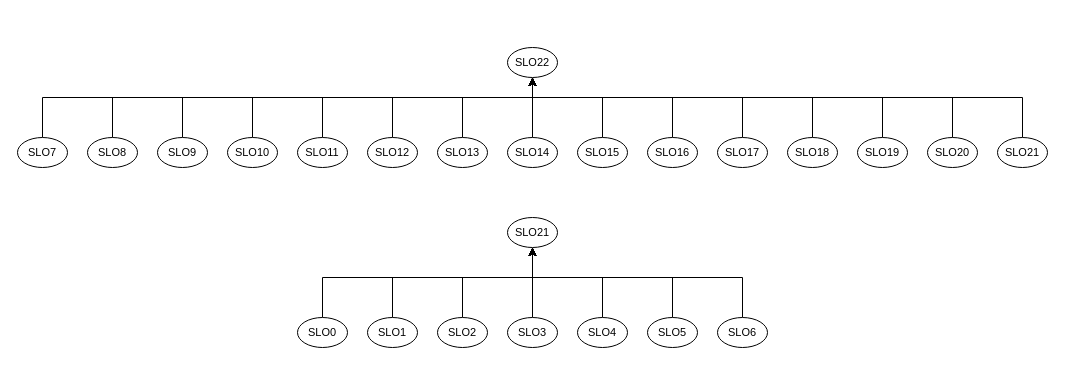
Earlier version of the draw.io diagram Documentazione generale/Change Request Reengineering/Grafici Impact Analysis/Grafo di connettivita.drawio (AntonioTrovato/Evoluzione-cASpER). Source tidied: cells renumbered, new cells numbered last; positions are measured from the earlier drawing's top-left corner, leaving out a move shared by most shapes. Both pictures are drawn from the tidied source at 100%, with x=0, y=0 at pixel (17, 47).
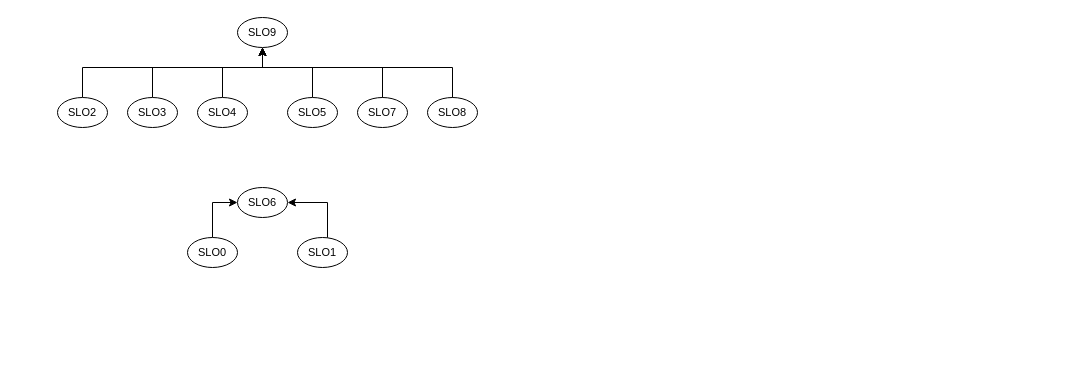
Above is the later version.

Diff of the diagram source:
```diff
@@
-    <mxCell id="2" style="rounded=0;jettySize=auto;html=1;entryX=0.5;entryY=1;entryDx=0;entryDy=0;fontSize=11;" parent="1" edge="1" source="3" target="16">
-      <mxGeometry relative="1" as="geometry">
-        <Array as="points">
-          <mxPoint x="305" y="230" />
-          <mxPoint x="515" y="230" />
-        </Array>
-      </mxGeometry>
+    <mxCell id="2" style="edgeStyle=orthogonalEdgeStyle;rounded=0;jettySize=auto;html=1;entryX=0;entryY=0.5;entryDx=0;entryDy=0;" parent="1" edge="1" source="3" target="16">
+      <mxGeometry relative="1" as="geometry" />
     </mxCell>
     <mxCell id="3" value="SLO0" style="ellipse;whiteSpace=wrap;html=1;fontSize=11;" parent="1" vertex="1">
-      <mxGeometry x="280" y="270" width="50" height="30" as="geometry" />
+      <mxGeometry x="170" y="190" width="50" height="30" as="geometry" />
     </mxCell>
-    <mxCell id="4" style="edgeStyle=none;rounded=0;jettySize=auto;html=1;entryX=0.5;entryY=1;entryDx=0;entryDy=0;fontSize=11;" parent="1" edge="1" source="5" target="16">
-      <mxGeometry relative="1" as="geometry">
-        <Array as="points">
-          <mxPoint x="445" y="230" />
-          <mxPoint x="515" y="230" />
-        </Array>
-      </mxGeometry>
-    </mxCell>
-    <mxCell id="5" value="SLO2" style="ellipse;whiteSpace=wrap;html=1;fontSize=11;" parent="1" vertex="1">
-      <mxGeometry x="420" y="270" width="50" height="30" as="geometry" />
-    </mxCell>
-    <mxCell id="6" style="edgeStyle=none;rounded=0;jettySize=auto;html=1;exitX=0.5;exitY=0;exitDx=0;exitDy=0;entryX=0.5;entryY=1;entryDx=0;entryDy=0;fontSize=11;" parent="1" edge="1" source="7" target="16">
-      <mxGeometry relative="1" as="geometry" />
-    </mxCell>
-    <mxCell id="7" value="SLO3" style="ellipse;whiteSpace=wrap;html=1;fontSize=11;" parent="1" vertex="1">
-      <mxGeometry x="490" y="270" width="50" height="30" as="geometry" />
-    </mxCell>
-    <mxCell id="8" style="edgeStyle=none;rounded=0;jettySize=auto;html=1;entryX=0.5;entryY=1;entryDx=0;entryDy=0;fontSize=11;" parent="1" edge="1" source="9" target="16">
+    <mxCell id="8" style="edgeStyle=orthogonalEdgeStyle;rounded=0;jettySize=auto;html=1;entryX=1;entryY=0.5;entryDx=0;entryDy=0;" parent="1" edge="1" source="9" target="16">
       <mxGeometry relative="1" as="geometry">
         <Array as="points">
-          <mxPoint x="375" y="230" />
-          <mxPoint x="515" y="230" />
+          <mxPoint x="310" y="155" />
         </Array>
       </mxGeometry>
     </mxCell>
     <mxCell id="9" value="SLO1" style="ellipse;whiteSpace=wrap;html=1;fontSize=11;" parent="1" vertex="1">
-      <mxGeometry x="350" y="270" width="50" height="30" as="geometry" />
+      <mxGeometry x="280" y="190" width="50" height="30" as="geometry" />
     </mxCell>
-    <mxCell id="10" style="edgeStyle=none;rounded=0;jettySize=auto;html=1;exitX=0.5;exitY=0;exitDx=0;exitDy=0;entryX=0.5;entryY=1;entryDx=0;entryDy=0;fontSize=11;" parent="1" edge="1" source="11" target="16">
-      <mxGeometry relative="1" as="geometry">
-        <Array as="points">
-          <mxPoint x="585" y="230" />
-          <mxPoint x="515" y="230" />
-        </Array>
-      </mxGeometry>
-    </mxCell>
-    <mxCell id="11" value="SLO4" style="ellipse;whiteSpace=wrap;html=1;fontSize=11;" parent="1" vertex="1">
-      <mxGeometry x="560" y="270" width="50" height="30" as="geometry" />
-    </mxCell>
-    <mxCell id="12" style="edgeStyle=none;rounded=0;jettySize=auto;html=1;exitX=0.5;exitY=0;exitDx=0;exitDy=0;entryX=0.5;entryY=1;entryDx=0;entryDy=0;fontSize=11;" parent="1" edge="1" source="13" target="16">
-      <mxGeometry relative="1" as="geometry">
-        <Array as="points">
-          <mxPoint x="655" y="230" />
-          <mxPoint x="515" y="230" />
-        </Array>
-      </mxGeometry>
-    </mxCell>
-    <mxCell id="13" value="SLO5" style="ellipse;whiteSpace=wrap;html=1;fontSize=11;" parent="1" vertex="1">
-      <mxGeometry x="630" y="270" width="50" height="30" as="geometry" />
-    </mxCell>
-    <mxCell id="14" style="edgeStyle=none;rounded=0;jettySize=auto;html=1;entryX=0.5;entryY=1;entryDx=0;entryDy=0;fontSize=11;" parent="1" edge="1" source="15" target="16">
-      <mxGeometry relative="1" as="geometry">
-        <Array as="points">
-          <mxPoint x="725" y="230" />
-          <mxPoint x="515" y="230" />
-        </Array>
-      </mxGeometry>
-    </mxCell>
-    <mxCell id="15" value="SLO6" style="ellipse;whiteSpace=wrap;html=1;fontSize=11;" parent="1" vertex="1">
-      <mxGeometry x="700" y="270" width="50" height="30" as="geometry" />
-    </mxCell>
-    <mxCell id="16" value="SLO21" style="ellipse;whiteSpace=wrap;html=1;fontSize=11;" parent="1" vertex="1">
-      <mxGeometry x="490" y="170" width="50" height="30" as="geometry" />
+    <mxCell id="16" value="SLO6" style="ellipse;whiteSpace=wrap;html=1;fontSize=11;" parent="1" vertex="1">
+      <mxGeometry x="220" y="140" width="50" height="30" as="geometry" />
     </mxCell>
-    <mxCell id="17" style="rounded=0;jettySize=auto;html=1;entryX=0.5;entryY=1;entryDx=0;entryDy=0;fontSize=11;" parent="1" edge="1" source="18" target="31">
+    <mxCell id="17" style="edgeStyle=orthogonalEdgeStyle;rounded=0;jettySize=auto;html=1;entryX=0.5;entryY=1;entryDx=0;entryDy=0;" parent="1" edge="1" source="18" target="31">
       <mxGeometry relative="1" as="geometry">
         <Array as="points">
-          <mxPoint x="25" y="50" />
-          <mxPoint x="515" y="50" />
+          <mxPoint x="65" y="20" />
+          <mxPoint x="245" y="20" />
         </Array>
       </mxGeometry>
     </mxCell>
-    <mxCell id="18" value="SLO7" style="ellipse;whiteSpace=wrap;html=1;fontSize=11;" parent="1" vertex="1">
-      <mxGeometry y="90" width="50" height="30" as="geometry" />
+    <mxCell id="18" value="SLO2" style="ellipse;whiteSpace=wrap;html=1;fontSize=11;" parent="1" vertex="1">
+      <mxGeometry x="40" y="50" width="50" height="30" as="geometry" />
     </mxCell>
-    <mxCell id="19" style="edgeStyle=none;rounded=0;jettySize=auto;html=1;entryX=0.5;entryY=1;entryDx=0;entryDy=0;fontSize=11;" parent="1" edge="1" source="20" target="31">
+    <mxCell id="19" style="edgeStyle=orthogonalEdgeStyle;rounded=0;jettySize=auto;html=1;entryX=0.5;entryY=1;entryDx=0;entryDy=0;" parent="1" edge="1" source="20" target="31">
       <mxGeometry relative="1" as="geometry">
         <Array as="points">
-          <mxPoint x="165" y="50" />
-          <mxPoint x="515" y="50" />
+          <mxPoint x="205" y="20" />
+          <mxPoint x="245" y="20" />
         </Array>
       </mxGeometry>
     </mxCell>
-    <mxCell id="20" value="SLO9" style="ellipse;whiteSpace=wrap;html=1;fontSize=11;" parent="1" vertex="1">
-      <mxGeometry x="140" y="90" width="50" height="30" as="geometry" />
+    <mxCell id="20" value="SLO4" style="ellipse;whiteSpace=wrap;html=1;fontSize=11;" parent="1" vertex="1">
+      <mxGeometry x="180" y="50" width="50" height="30" as="geometry" />
     </mxCell>
-    <mxCell id="21" style="edgeStyle=none;rounded=0;jettySize=auto;html=1;exitX=0.5;exitY=0;exitDx=0;exitDy=0;entryX=0.5;entryY=1;entryDx=0;entryDy=0;fontSize=11;" parent="1" edge="1" source="22" target="31">
+    <mxCell id="21" style="edgeStyle=orthogonalEdgeStyle;rounded=0;jettySize=auto;html=1;entryX=0.5;entryY=1;entryDx=0;entryDy=0;" parent="1" edge="1" source="22" target="31">
       <mxGeometry relative="1" as="geometry">
         <Array as="points">
-          <mxPoint x="235" y="50" />
-          <mxPoint x="515" y="50" />
+          <mxPoint x="295" y="20" />
+          <mxPoint x="245" y="20" />
         </Array>
       </mxGeometry>
     </mxCell>
-    <mxCell id="22" value="SLO10" style="ellipse;whiteSpace=wrap;html=1;fontSize=11;" parent="1" vertex="1">
-      <mxGeometry x="210" y="90" width="50" height="30" as="geometry" />
+    <mxCell id="22" value="SLO5" style="ellipse;whiteSpace=wrap;html=1;fontSize=11;" parent="1" vertex="1">
+      <mxGeometry x="270" y="50" width="50" height="30" as="geometry" />
     </mxCell>
-    <mxCell id="23" style="edgeStyle=none;rounded=0;jettySize=auto;html=1;entryX=0.5;entryY=1;entryDx=0;entryDy=0;fontSize=11;" parent="1" edge="1" source="24" target="31">
+    <mxCell id="23" style="edgeStyle=orthogonalEdgeStyle;rounded=0;jettySize=auto;html=1;" parent="1" edge="1" source="24" target="31">
       <mxGeometry relative="1" as="geometry">
         <Array as="points">
-          <mxPoint x="95" y="50" />
-          <mxPoint x="515" y="50" />
+          <mxPoint x="135" y="20" />
+          <mxPoint x="245" y="20" />
         </Array>
       </mxGeometry>
     </mxCell>
-    <mxCell id="24" value="SLO8" style="ellipse;whiteSpace=wrap;html=1;fontSize=11;" parent="1" vertex="1">
-      <mxGeometry x="70" y="90" width="50" height="30" as="geometry" />
+    <mxCell id="24" value="SLO3" style="ellipse;whiteSpace=wrap;html=1;fontSize=11;" parent="1" vertex="1">
+      <mxGeometry x="110" y="50" width="50" height="30" as="geometry" />
     </mxCell>
-    <mxCell id="25" style="edgeStyle=none;rounded=0;jettySize=auto;html=1;exitX=0.5;exitY=0;exitDx=0;exitDy=0;entryX=0.5;entryY=1;entryDx=0;entryDy=0;fontSize=11;" parent="1" edge="1" source="26" target="31">
-      <mxGeometry relative="1" as="geometry">
-        <Array as="points">
-          <mxPoint x="305" y="50" />
-          <mxPoint x="515" y="50" />
-        </Array>
-      </mxGeometry>
-    </mxCell>
-    <mxCell id="26" value="SLO11" style="ellipse;whiteSpace=wrap;html=1;fontSize=11;" parent="1" vertex="1">
-      <mxGeometry x="280" y="90" width="50" height="30" as="geometry" />
+    <mxCell id="26" value="SLO7" style="ellipse;whiteSpace=wrap;html=1;fontSize=11;" parent="1" vertex="1">
+      <mxGeometry x="340" y="50" width="50" height="30" as="geometry" />
     </mxCell>
-    <mxCell id="27" style="edgeStyle=none;rounded=0;jettySize=auto;html=1;exitX=0.5;exitY=0;exitDx=0;exitDy=0;entryX=0.5;entryY=1;entryDx=0;entryDy=0;fontSize=11;" parent="1" edge="1" source="28" target="31">
-      <mxGeometry relative="1" as="geometry">
-        <Array as="points">
-          <mxPoint x="375" y="50" />
-          <mxPoint x="515" y="50" />
-        </Array>
-      </mxGeometry>
-    </mxCell>
-    <mxCell id="28" value="SLO12" style="ellipse;whiteSpace=wrap;html=1;fontSize=11;" parent="1" vertex="1">
-      <mxGeometry x="350" y="90" width="50" height="30" as="geometry" />
+    <mxCell id="28" value="SLO8" style="ellipse;whiteSpace=wrap;html=1;fontSize=11;" parent="1" vertex="1">
+      <mxGeometry x="410" y="50" width="50" height="30" as="geometry" />
     </mxCell>
-    <mxCell id="29" style="edgeStyle=none;rounded=0;jettySize=auto;html=1;entryX=0.5;entryY=1;entryDx=0;entryDy=0;fontSize=11;" parent="1" edge="1" source="30" target="31">
-      <mxGeometry relative="1" as="geometry">
-        <Array as="points">
-          <mxPoint x="445" y="50" />
-          <mxPoint x="515" y="50" />
-        </Array>
-      </mxGeometry>
-    </mxCell>
-    <mxCell id="30" value="SLO13" style="ellipse;whiteSpace=wrap;html=1;fontSize=11;" parent="1" vertex="1">
-      <mxGeometry x="420" y="90" width="50" height="30" as="geometry" />
-    </mxCell>
-    <mxCell id="31" value="SLO22" style="ellipse;whiteSpace=wrap;html=1;fontSize=11;" parent="1" vertex="1">
-      <mxGeometry x="490" width="50" height="30" as="geometry" />
+    <mxCell id="31" value="SLO9" style="ellipse;whiteSpace=wrap;html=1;fontSize=11;" parent="1" vertex="1">
+      <mxGeometry x="220" y="-30" width="50" height="30" as="geometry" />
     </mxCell>
-    <mxCell id="32" style="edgeStyle=none;rounded=0;jettySize=auto;html=1;exitX=0.5;exitY=0;exitDx=0;exitDy=0;entryX=0.5;entryY=1;entryDx=0;entryDy=0;fontSize=11;" parent="1" edge="1" source="33" target="31">
-      <mxGeometry relative="1" as="geometry" />
-    </mxCell>
-    <mxCell id="33" value="SLO14" style="ellipse;whiteSpace=wrap;html=1;fontSize=11;" parent="1" vertex="1">
-      <mxGeometry x="490" y="90" width="50" height="30" as="geometry" />
-    </mxCell>
-    <mxCell id="34" style="edgeStyle=none;rounded=0;jettySize=auto;html=1;exitX=0.5;exitY=0;exitDx=0;exitDy=0;entryX=0.5;entryY=1;entryDx=0;entryDy=0;fontSize=11;" parent="1" edge="1" source="35" target="31">
-      <mxGeometry relative="1" as="geometry">
-        <Array as="points">
-          <mxPoint x="585" y="50" />
-          <mxPoint x="515" y="50" />
-        </Array>
-      </mxGeometry>
-    </mxCell>
-    <mxCell id="35" value="SLO15" style="ellipse;whiteSpace=wrap;html=1;fontSize=11;" parent="1" vertex="1">
-      <mxGeometry x="560" y="90" width="50" height="30" as="geometry" />
-    </mxCell>
-    <mxCell id="36" style="edgeStyle=none;rounded=0;jettySize=auto;html=1;exitX=0.5;exitY=0;exitDx=0;exitDy=0;entryX=0.5;entryY=1;entryDx=0;entryDy=0;fontSize=11;" parent="1" edge="1" source="37" target="31">
-      <mxGeometry relative="1" as="geometry">
-        <Array as="points">
-          <mxPoint x="655" y="50" />
-          <mxPoint x="515" y="50" />
-        </Array>
-      </mxGeometry>
-    </mxCell>
-    <mxCell id="37" value="SLO16" style="ellipse;whiteSpace=wrap;html=1;fontSize=11;" parent="1" vertex="1">
-      <mxGeometry x="630" y="90" width="50" height="30" as="geometry" />
-    </mxCell>
-    <mxCell id="38" style="edgeStyle=none;rounded=0;jettySize=auto;html=1;exitX=0.5;exitY=0;exitDx=0;exitDy=0;entryX=0.5;entryY=1;entryDx=0;entryDy=0;fontSize=11;" parent="1" edge="1" source="39" target="31">
-      <mxGeometry relative="1" as="geometry">
-        <Array as="points">
-          <mxPoint x="725" y="50" />
-          <mxPoint x="515" y="50" />
-        </Array>
-      </mxGeometry>
-    </mxCell>
-    <mxCell id="39" value="SLO17" style="ellipse;whiteSpace=wrap;html=1;fontSize=11;" parent="1" vertex="1">
-      <mxGeometry x="700" y="90" width="50" height="30" as="geometry" />
-    </mxCell>
-    <mxCell id="40" style="edgeStyle=none;rounded=0;jettySize=auto;html=1;exitX=0.5;exitY=0;exitDx=0;exitDy=0;entryX=0.5;entryY=1;entryDx=0;entryDy=0;fontSize=11;" parent="1" edge="1" source="41" target="31">
-      <mxGeometry relative="1" as="geometry">
-        <Array as="points">
-          <mxPoint x="795" y="50" />
-          <mxPoint x="515" y="50" />
-        </Array>
-      </mxGeometry>
-    </mxCell>
-    <mxCell id="41" value="SLO18" style="ellipse;whiteSpace=wrap;html=1;fontSize=11;" parent="1" vertex="1">
-      <mxGeometry x="770" y="90" width="50" height="30" as="geometry" />
-    </mxCell>
-    <mxCell id="42" style="edgeStyle=none;rounded=0;jettySize=auto;html=1;exitX=0.5;exitY=0;exitDx=0;exitDy=0;entryX=0.5;entryY=1;entryDx=0;entryDy=0;fontSize=11;" parent="1" edge="1" source="43" target="31">
-      <mxGeometry relative="1" as="geometry">
-        <Array as="points">
-          <mxPoint x="865" y="50" />
-          <mxPoint x="515" y="50" />
-        </Array>
-      </mxGeometry>
-    </mxCell>
-    <mxCell id="43" value="SLO19" style="ellipse;whiteSpace=wrap;html=1;fontSize=11;" parent="1" vertex="1">
-      <mxGeometry x="840" y="90" width="50" height="30" as="geometry" />
-    </mxCell>
-    <mxCell id="44" style="edgeStyle=none;rounded=0;jettySize=auto;html=1;exitX=0.5;exitY=0;exitDx=0;exitDy=0;entryX=0.5;entryY=1;entryDx=0;entryDy=0;fontSize=11;" parent="1" edge="1" source="45" target="31">
-      <mxGeometry relative="1" as="geometry">
-        <Array as="points">
-          <mxPoint x="935" y="50" />
-          <mxPoint x="515" y="50" />
-        </Array>
-      </mxGeometry>
-    </mxCell>
-    <mxCell id="45" value="SLO20" style="ellipse;whiteSpace=wrap;html=1;fontSize=11;" parent="1" vertex="1">
-      <mxGeometry x="910" y="90" width="50" height="30" as="geometry" />
-    </mxCell>
-    <mxCell id="46" style="edgeStyle=none;rounded=0;jettySize=auto;html=1;entryX=0.5;entryY=1;entryDx=0;entryDy=0;fontSize=11;" parent="1" edge="1" source="47" target="31">
-      <mxGeometry relative="1" as="geometry">
-        <Array as="points">
-          <mxPoint x="1005" y="50" />
-          <mxPoint x="515" y="50" />
-        </Array>
-      </mxGeometry>
-    </mxCell>
-    <mxCell id="47" value="SLO21" style="ellipse;whiteSpace=wrap;html=1;fontSize=11;" parent="1" vertex="1">
-      <mxGeometry x="980" y="90" width="50" height="30" as="geometry" />
-    </mxCell>
+    <mxCell id="48" style="endArrow=none;html=1;rounded=0;exitX=0.5;exitY=0;exitDx=0;exitDy=0;" parent="1" edge="1" source="26">
+      <mxGeometry relative="1" as="geometry">
+        <mxPoint x="260" y="20" as="targetPoint" />
+        <Array as="points">
+          <mxPoint x="365" y="20" />
+        </Array>
+      </mxGeometry>
+    </mxCell>
+    <mxCell id="49" style="endArrow=none;html=1;rounded=0;exitX=0.5;exitY=0;exitDx=0;exitDy=0;" parent="1" edge="1">
+      <mxGeometry relative="1" as="geometry">
+        <mxPoint x="435" y="50" as="sourcePoint" />
+        <mxPoint x="330" y="20" as="targetPoint" />
+        <Array as="points">
+          <mxPoint x="435" y="20" />
+        </Array>
+      </mxGeometry>
+    </mxCell>
```
